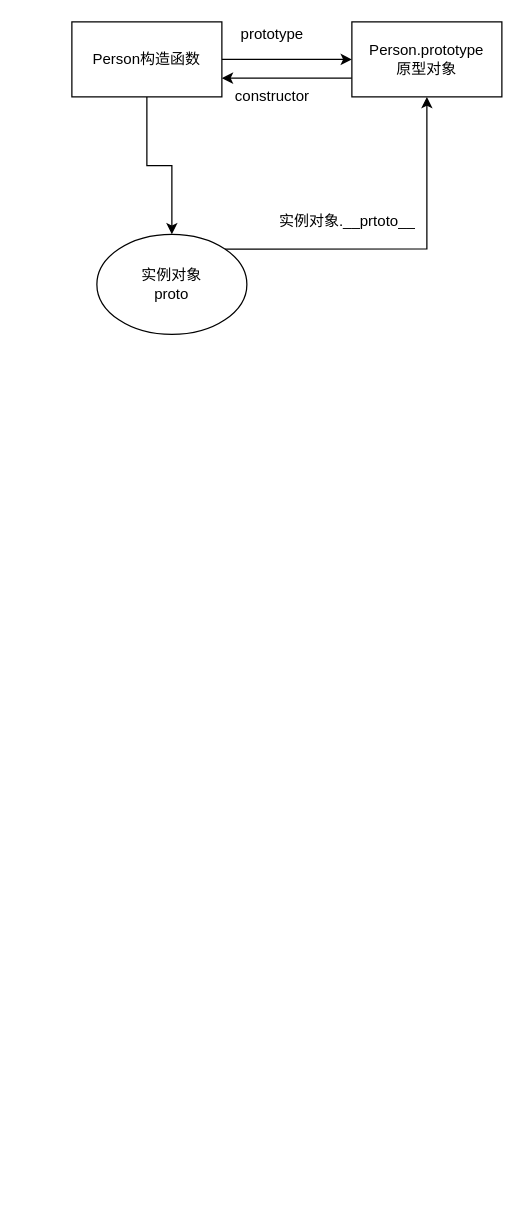
funnyCodingDevil/funnyCodingDevil.github.io keeps this draw.io diagram as 未命名绘图.drawio. Above is the earlier version. Source tidied: cells renumbered, new cells numbered last; positions are measured from the earlier drawing's top-left corner, leaving out a move shared by most shapes. Both pictures are drawn from the tidied source at 125%, with x=0, y=0 at pixel (71, 21).
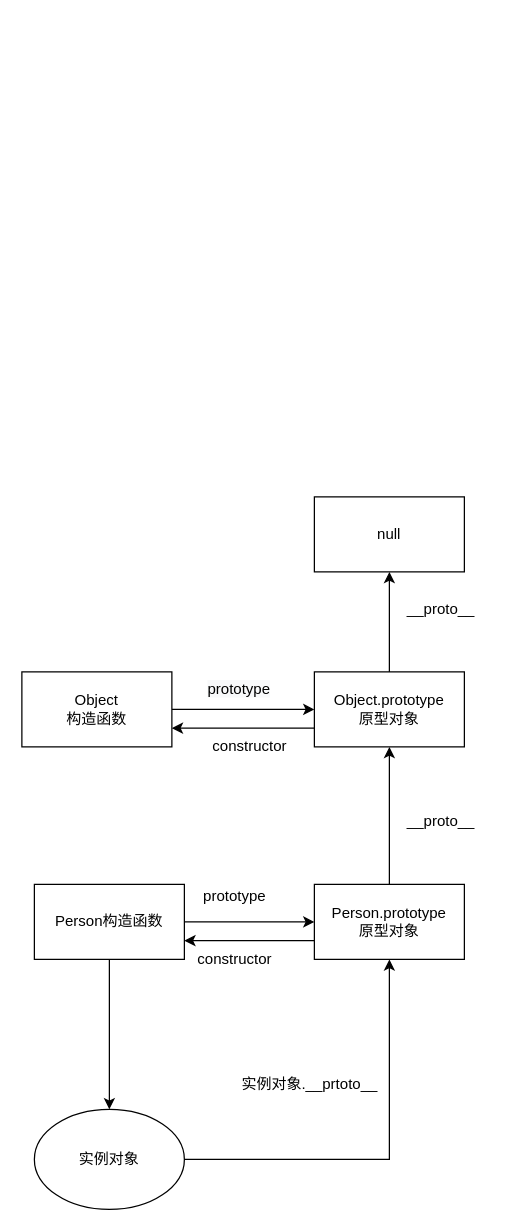
Above is the later version.

Change to the diagram source:
```diff
@@
-    <mxCell id="2" style="edgeStyle=orthogonalEdgeStyle;rounded=0;jettySize=auto;html=1;entryX=0;entryY=0.5;entryDx=0;entryDy=0;" parent="1" edge="1" source="4" target="6">
-      <mxGeometry relative="1" as="geometry" />
-    </mxCell>
-    <mxCell id="3" style="edgeStyle=orthogonalEdgeStyle;rounded=0;jettySize=auto;html=1;" parent="1" edge="1" source="4" target="10">
-      <mxGeometry relative="1" as="geometry" />
-    </mxCell>
+    <mxCell id="12" style="group;" parent="1" vertex="1">
+      <mxGeometry x="-30" y="690" width="344" height="260" as="geometry" />
+    </mxCell>
-    <mxCell id="4" value="Person构造函数&lt;br&gt;" style="rounded=0;whiteSpace=wrap;html=1;" parent="1" vertex="1">
+    <mxCell id="4" value="Person构造函数&lt;br&gt;" style="rounded=0;whiteSpace=wrap;html=1;" parent="12" vertex="1">
       <mxGeometry width="120" height="60" as="geometry" />
     </mxCell>
-    <mxCell id="5" style="edgeStyle=orthogonalEdgeStyle;rounded=0;jettySize=auto;html=1;exitX=0;exitY=0.75;exitDx=0;exitDy=0;entryX=1;entryY=0.75;entryDx=0;entryDy=0;" parent="1" edge="1" source="6" target="4">
+    <mxCell id="5" style="edgeStyle=orthogonalEdgeStyle;rounded=0;jettySize=auto;html=1;exitX=0;exitY=0.75;exitDx=0;exitDy=0;entryX=1;entryY=0.75;entryDx=0;entryDy=0;" parent="12" edge="1" source="6" target="4">
       <mxGeometry relative="1" as="geometry" />
     </mxCell>
-    <mxCell id="6" value="Person.prototype&lt;br&gt;原型对象" style="rounded=0;whiteSpace=wrap;html=1;" parent="1" vertex="1">
+    <mxCell id="6" value="Person.prototype&lt;br&gt;原型对象" style="rounded=0;whiteSpace=wrap;html=1;" parent="12" vertex="1">
       <mxGeometry x="224" width="120" height="60" as="geometry" />
     </mxCell>
+    <mxCell id="2" style="edgeStyle=orthogonalEdgeStyle;rounded=0;jettySize=auto;html=1;entryX=0;entryY=0.5;entryDx=0;entryDy=0;" parent="12" edge="1" source="4" target="6">
+      <mxGeometry relative="1" as="geometry" />
+    </mxCell>
-    <mxCell id="7" value="prototype" style="text;html=1;align=center;verticalAlign=middle;fillColor=none;strokeColor=none;rounded=0;" parent="1" vertex="1">
+    <mxCell id="7" value="prototype" style="text;html=1;align=center;verticalAlign=middle;fillColor=none;strokeColor=none;rounded=0;" parent="12" vertex="1">
       <mxGeometry x="125" width="70" height="20" as="geometry" />
     </mxCell>
-    <mxCell id="8" value="constructor" style="text;html=1;align=center;verticalAlign=middle;fillColor=none;strokeColor=none;rounded=0;" parent="1" vertex="1">
+    <mxCell id="8" value="constructor" style="text;html=1;align=center;verticalAlign=middle;fillColor=none;strokeColor=none;rounded=0;" parent="12" vertex="1">
       <mxGeometry x="125" y="50" width="70" height="20" as="geometry" />
     </mxCell>
-    <mxCell id="9" style="edgeStyle=orthogonalEdgeStyle;rounded=0;jettySize=auto;html=1;exitX=1;exitY=0;exitDx=0;exitDy=0;entryX=0.5;entryY=1;entryDx=0;entryDy=0;" parent="1" edge="1" source="10" target="6">
-      <mxGeometry relative="1" as="geometry" />
+    <mxCell id="9" style="edgeStyle=orthogonalEdgeStyle;rounded=0;jettySize=auto;html=1;exitX=1;exitY=0;exitDx=0;exitDy=0;entryX=0.5;entryY=1;entryDx=0;entryDy=0;" parent="12" edge="1" source="10" target="6">
+      <mxGeometry relative="1" as="geometry">
+        <Array as="points">
+          <mxPoint x="102" y="220" />
+          <mxPoint x="284" y="220" />
+        </Array>
+      </mxGeometry>
     </mxCell>
-    <mxCell id="10" value="实例对象&lt;br&gt;proto" style="ellipse;whiteSpace=wrap;html=1;" parent="1" vertex="1">
-      <mxGeometry x="20" y="170" width="120" height="80" as="geometry" />
+    <mxCell id="10" value="实例对象&lt;br&gt;" style="ellipse;whiteSpace=wrap;html=1;" parent="12" vertex="1">
+      <mxGeometry y="180" width="120" height="80" as="geometry" />
     </mxCell>
+    <mxCell id="3" style="edgeStyle=orthogonalEdgeStyle;rounded=0;jettySize=auto;html=1;" parent="12" edge="1" source="4" target="10">
+      <mxGeometry relative="1" as="geometry" />
+    </mxCell>
-    <mxCell id="11" value="实例对象.__prtoto__" style="text;html=1;align=center;verticalAlign=middle;fillColor=none;strokeColor=none;rounded=0;" parent="1" vertex="1">
+    <mxCell id="11" value="实例对象.__prtoto__" style="text;html=1;align=center;verticalAlign=middle;fillColor=none;strokeColor=none;rounded=0;" parent="12" vertex="1">
       <mxGeometry x="160" y="150" width="120" height="20" as="geometry" />
     </mxCell>
+    <mxCell id="13" style="edgeStyle=orthogonalEdgeStyle;rounded=0;jettySize=auto;html=1;" parent="1" edge="1" source="14" target="21">
+      <mxGeometry relative="1" as="geometry" />
+    </mxCell>
+    <mxCell id="14" value="Object.prototype&lt;br&gt;原型对象" style="rounded=0;whiteSpace=wrap;html=1;" parent="1" vertex="1">
+      <mxGeometry x="194" y="520" width="120" height="60" as="geometry" />
+    </mxCell>
+    <mxCell id="15" style="edgeStyle=orthogonalEdgeStyle;rounded=0;jettySize=auto;html=1;" parent="1" edge="1" source="6" target="14">
+      <mxGeometry relative="1" as="geometry" />
+    </mxCell>
+    <mxCell id="16" style="edgeStyle=orthogonalEdgeStyle;rounded=0;jettySize=auto;html=1;exitX=0;exitY=0.75;exitDx=0;exitDy=0;entryX=1;entryY=0.75;entryDx=0;entryDy=0;" parent="1" edge="1" source="14" target="18">
+      <mxGeometry relative="1" as="geometry" />
+    </mxCell>
+    <mxCell id="17" style="edgeStyle=orthogonalEdgeStyle;rounded=0;jettySize=auto;html=1;entryX=0;entryY=0.5;entryDx=0;entryDy=0;" parent="1" edge="1" source="18" target="14">
+      <mxGeometry relative="1" as="geometry" />
+    </mxCell>
+    <mxCell id="18" value="Object&lt;br&gt;构造函数" style="rounded=0;whiteSpace=wrap;html=1;" parent="1" vertex="1">
+      <mxGeometry x="-40" y="520" width="120" height="60" as="geometry" />
+    </mxCell>
+    <mxCell id="19" value="constructor" style="text;html=1;align=center;verticalAlign=middle;fillColor=none;strokeColor=none;rounded=0;" parent="1" vertex="1">
+      <mxGeometry x="107" y="570" width="70" height="20" as="geometry" />
+    </mxCell>
+    <mxCell id="20" value="&lt;span style=&quot;color: rgb(0, 0, 0); font-family: Helvetica; font-size: 12px; font-style: normal; font-variant-ligatures: normal; font-variant-caps: normal; font-weight: 400; letter-spacing: normal; orphans: 2; text-align: center; text-indent: 0px; text-transform: none; widows: 2; word-spacing: 0px; -webkit-text-stroke-width: 0px; background-color: rgb(248, 249, 250); text-decoration-thickness: initial; text-decoration-style: initial; text-decoration-color: initial; float: none; display: inline !important;&quot;&gt;prototype&lt;/span&gt;" style="text;whiteSpace=wrap;html=1;" parent="1" vertex="1">
+      <mxGeometry x="107" y="520" width="80" height="30" as="geometry" />
+    </mxCell>
+    <mxCell id="21" value="null&lt;br&gt;" style="rounded=0;whiteSpace=wrap;html=1;" parent="1" vertex="1">
+      <mxGeometry x="194" y="380" width="120" height="60" as="geometry" />
+    </mxCell>
+    <mxCell id="22" value="__proto__" style="text;html=1;align=center;verticalAlign=middle;fillColor=none;strokeColor=none;rounded=0;" parent="1" vertex="1">
+      <mxGeometry x="260" y="460" width="70" height="20" as="geometry" />
+    </mxCell>
+    <mxCell id="23" value="__proto__" style="text;html=1;align=center;verticalAlign=middle;fillColor=none;strokeColor=none;rounded=0;" parent="1" vertex="1">
+      <mxGeometry x="260" y="630" width="70" height="20" as="geometry" />
+    </mxCell>
```
